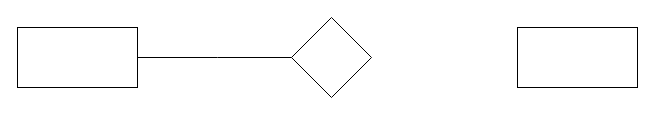
Earlier version of the draw.io diagram Biểu đồ không có tiêu đề.drawio (S0ra1n0/Database-learning). Source tidied: cells renumbered, new cells numbered last; positions are measured from the earlier drawing's top-left corner, leaving out a move shared by most shapes. Both pictures are drawn from the tidied source at 100%, with x=0, y=0 at pixel (17, 17).
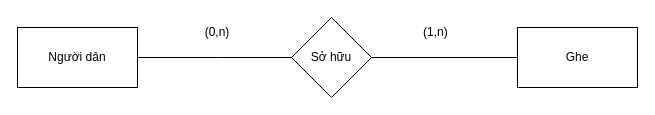
After the change.

Commit message (it also covers changes not shown here):
Cập nhật Biểu đồ không có tiêu đề.drawio

The edit, as a diff of the source:
```diff
@@
 <mxGraphModel>
   <root>
     <mxCell id="0" />
     <mxCell id="1" parent="0" />
-    <mxCell id="2" style="rounded=0;whiteSpace=wrap;html=1;" parent="1" vertex="1">
+    <mxCell id="2" value="Người dân" style="rounded=0;whiteSpace=wrap;html=1;" parent="1" vertex="1">
       <mxGeometry y="10" width="120" height="60" as="geometry" />
     </mxCell>
-    <mxCell id="3" style="rounded=0;whiteSpace=wrap;html=1;" parent="1" vertex="1">
+    <mxCell id="3" value="Ghe" style="rounded=0;whiteSpace=wrap;html=1;" parent="1" vertex="1">
       <mxGeometry x="500" y="10" width="120" height="60" as="geometry" />
     </mxCell>
-    <mxCell id="4" style="rhombus;whiteSpace=wrap;html=1;" parent="1" vertex="1">
+    <mxCell id="4" value="Sở hữu" style="rhombus;whiteSpace=wrap;html=1;" parent="1" vertex="1">
       <mxGeometry x="274" width="80" height="80" as="geometry" />
     </mxCell>
     <mxCell id="5" style="endArrow=none;html=1;rounded=0;exitX=1;exitY=0.5;exitDx=0;exitDy=0;entryX=0;entryY=0.5;entryDx=0;entryDy=0;" parent="1" edge="1" source="2" target="4">
       <mxGeometry relative="1" as="geometry">
         <Array as="points">
           <mxPoint x="200" y="40" />
         </Array>
       </mxGeometry>
     </mxCell>
+    <mxCell id="6" style="endArrow=none;html=1;rounded=0;exitX=1;exitY=0.5;exitDx=0;exitDy=0;entryX=0;entryY=0.5;entryDx=0;entryDy=0;" parent="1" edge="1" source="4" target="3">
+      <mxGeometry relative="1" as="geometry" />
+    </mxCell>
+    <mxCell id="7" value="(0,n)" style="text;html=1;align=center;verticalAlign=middle;whiteSpace=wrap;rounded=0;" parent="1" vertex="1">
+      <mxGeometry x="170" width="60" height="30" as="geometry" />
+    </mxCell>
+    <mxCell id="8" value="(1,n)" style="text;strokeColor=none;fillColor=none;align=left;verticalAlign=middle;spacingLeft=4;spacingRight=4;overflow=hidden;whiteSpace=wrap;html=1;" parent="1" vertex="1">
+      <mxGeometry x="400" width="40" height="30" as="geometry" />
+    </mxCell>
   </root>
 </mxGraphModel>
```
